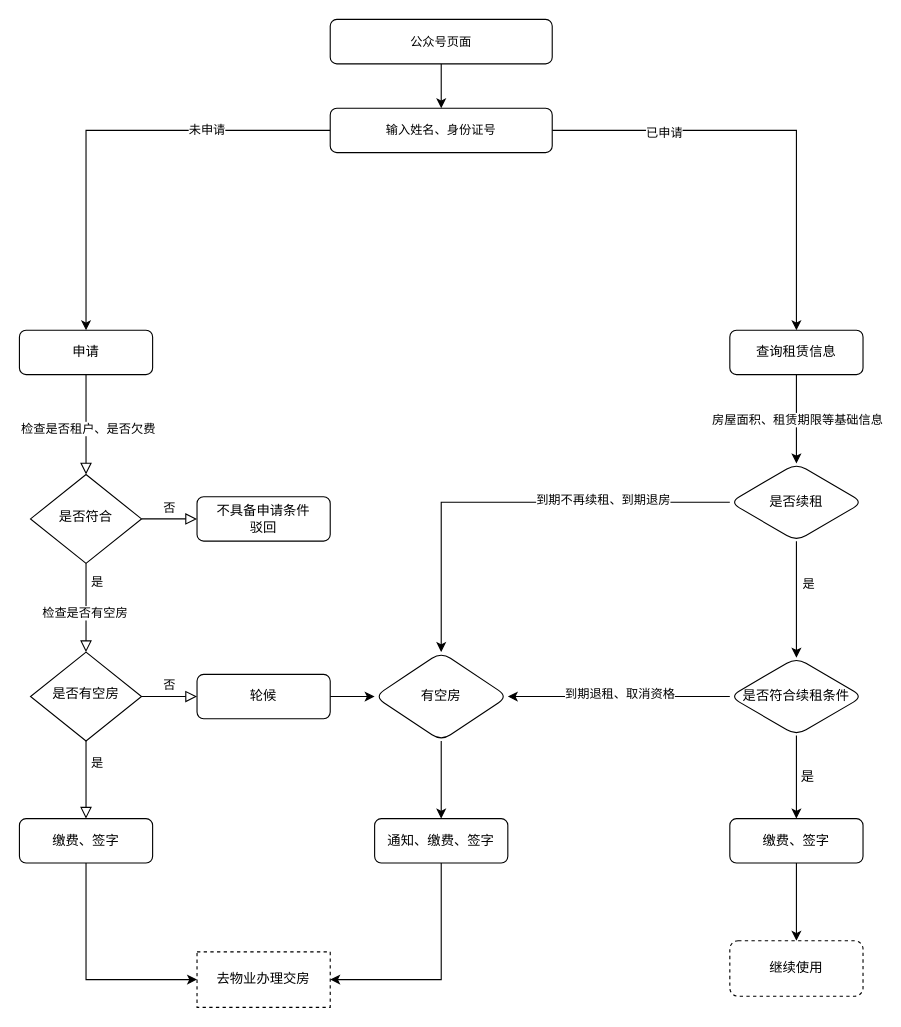
The draw.io diagram 未命名绘图.drawio in gaorock530/brainstorm, before the edit. Source tidied: cells renumbered, new cells numbered last; positions are measured from the earlier drawing's top-left corner, leaving out a move shared by most shapes. Both pictures are drawn from the tidied source at 111%, with x=0, y=0 at pixel (19, 19).
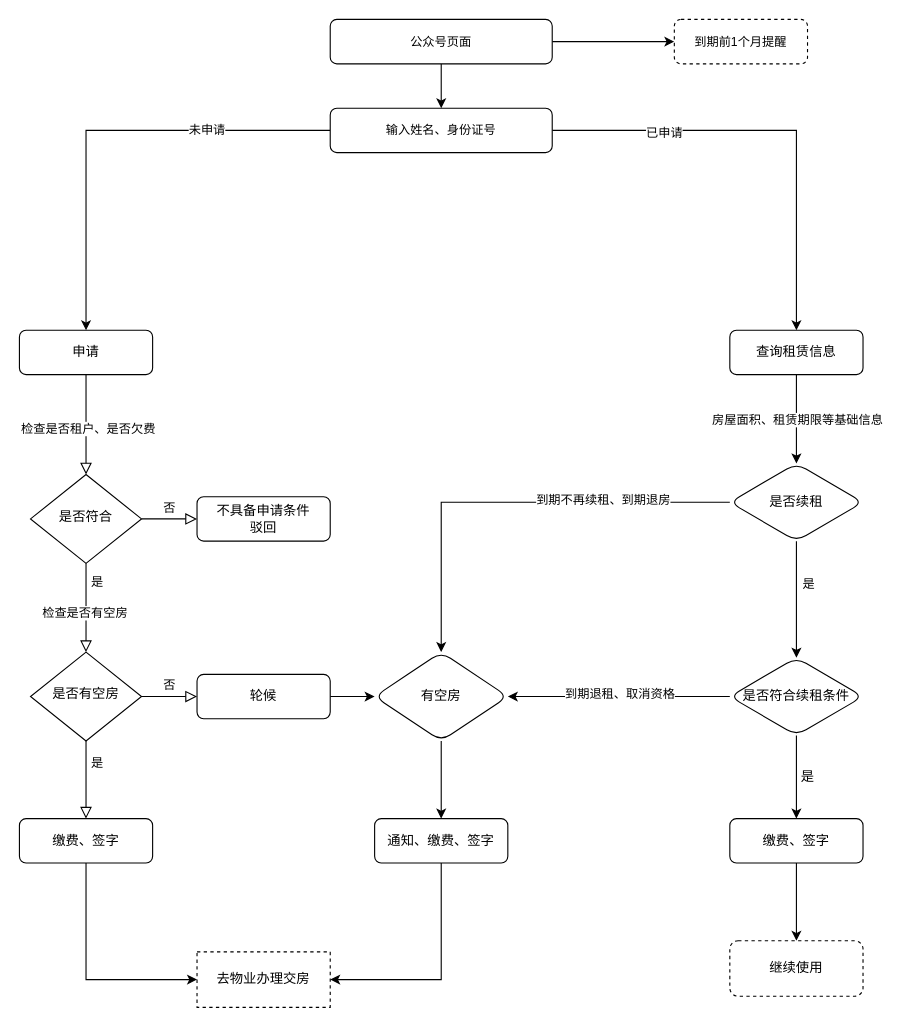
Above is the later version.

Commit message (it also covers changes not shown here):
更新未命名绘图.drawio

Unchanged cells that the change refers to:
```xml
<mxCell id="31" value="&lt;span style=&quot;font-size: 11px; text-wrap: nowrap; background-color: rgb(255, 255, 255);&quot;&gt;公众号页面&lt;/span&gt;" style="rounded=1;whiteSpace=wrap;html=1;" parent="1" vertex="1">
  <mxGeometry x="280" width="200" height="40" as="geometry" />
</mxCell>
```

What changed in the source:
```diff
@@
+    <mxCell id="45" style="edgeStyle=orthogonalEdgeStyle;rounded=0;jettySize=auto;html=1;" parent="1" edge="1" source="31" target="46">
+      <mxGeometry relative="1" as="geometry" />
+    </mxCell>
@@
+    <mxCell id="46" value="&lt;span style=&quot;font-size: 11px; text-wrap: nowrap; background-color: rgb(255, 255, 255);&quot;&gt;到期前1个月提醒&lt;/span&gt;" style="whiteSpace=wrap;html=1;rounded=1;dashed=1;" parent="1" vertex="1">
+      <mxGeometry x="590" width="120" height="40" as="geometry" />
+    </mxCell>
```
